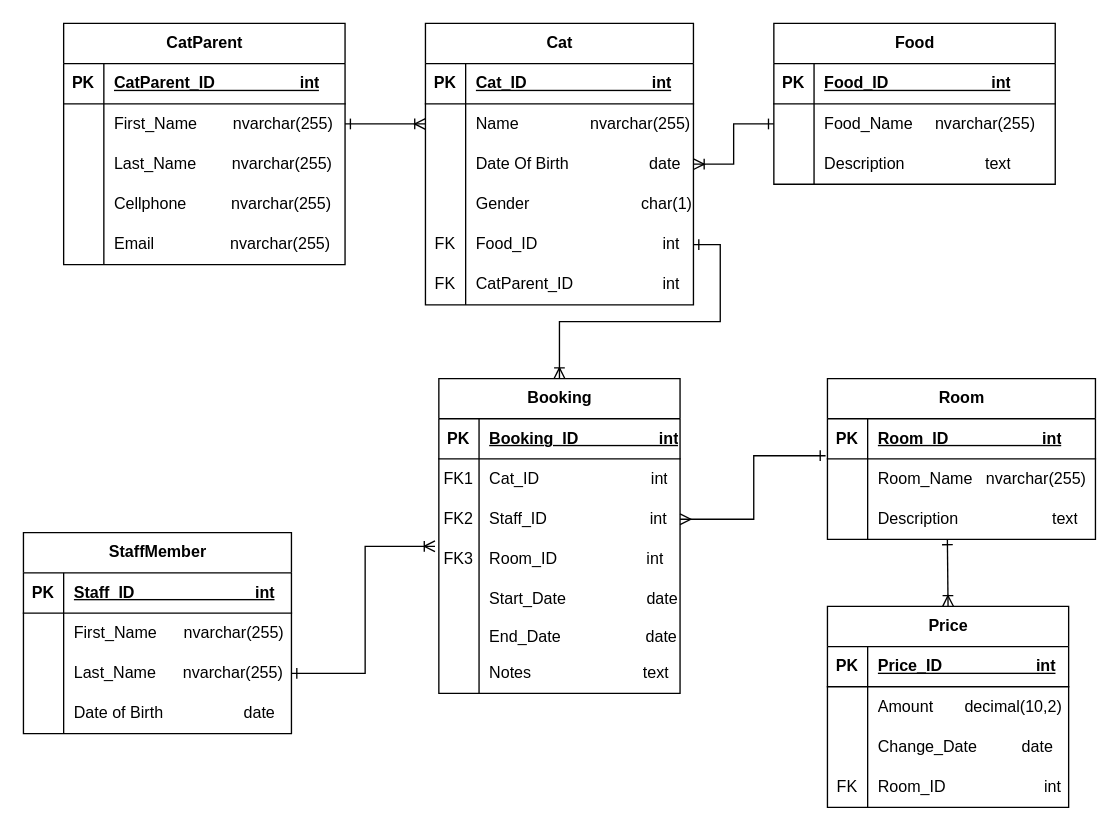
Cat-Hotel/Cat-hotel keeps this draw.io diagram as page "Page-1" (1 of 2) of ERD.drawio. Above is the earlier version. Source tidied: cells renumbered, new cells numbered last; positions are measured from the earlier drawing's top-left corner, leaving out a move shared by most shapes. Both pictures are drawn from the tidied source at 134%, with x=0, y=0 at pixel (23, 23).
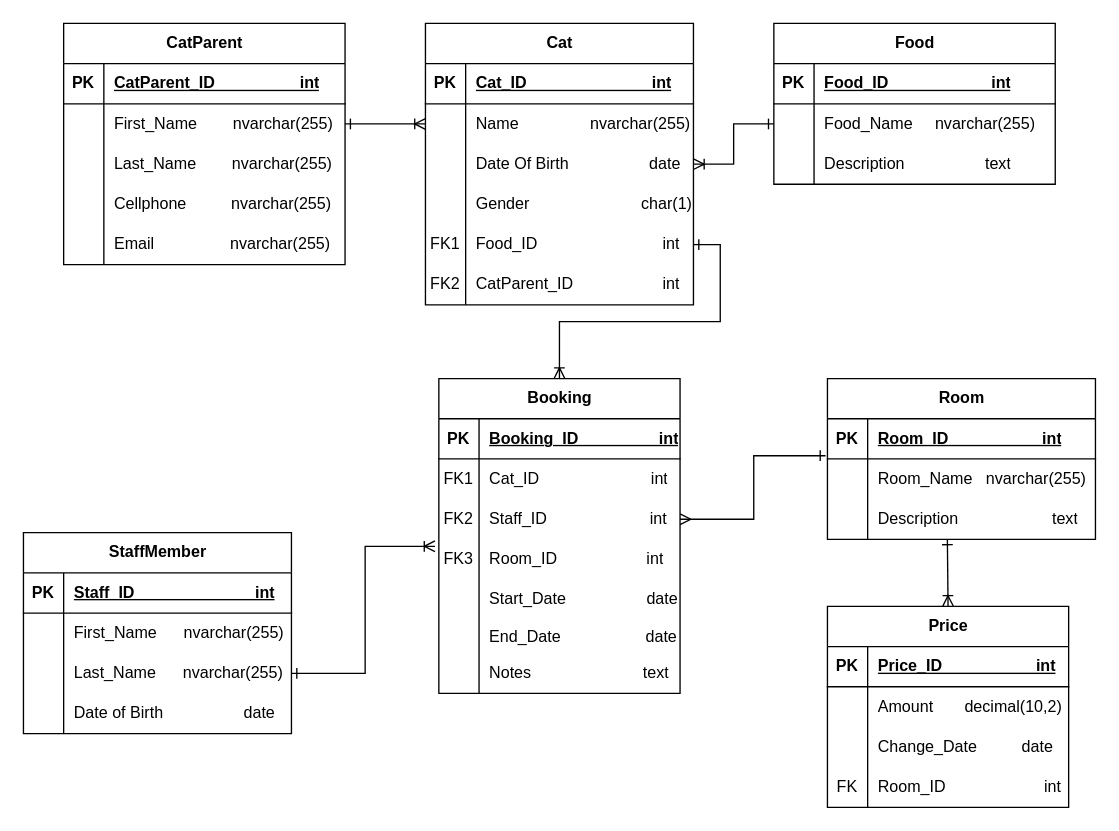
Above is the later version.

The change refers to these unchanged cells:
```xml
<mxCell id="31" style="shape=tableRow;horizontal=0;startSize=0;swimlaneHead=0;swimlaneBody=0;fillColor=none;points=[[0,0.5],[1,0.5]];portConstraint=eastwest;top=0;left=0;right=0;bottom=0;" parent="18" vertex="1">
  <mxGeometry y="150" width="200" height="30" as="geometry" />
</mxCell>
<mxCell id="34" style="shape=tableRow;horizontal=0;startSize=0;swimlaneHead=0;swimlaneBody=0;fillColor=none;top=0;left=0;right=0;bottom=0;" parent="18" vertex="1">
  <mxGeometry y="180" width="200" height="30" as="geometry" />
</mxCell>
```

Change to the diagram source:
```diff
@@
-    <mxCell id="32" value="FK" style="shape=partialRectangle;fillColor=none;top=0;left=0;bottom=0;right=0;overflow=hidden;whiteSpace=wrap;html=1;" parent="31" vertex="1">
+    <mxCell id="32" value="FK1" style="shape=partialRectangle;fillColor=none;top=0;left=0;bottom=0;right=0;overflow=hidden;whiteSpace=wrap;html=1;" parent="31" vertex="1">
       <mxGeometry width="30" height="30" as="geometry" />
     </mxCell>
@@
-    <mxCell id="35" value="FK" style="shape=partialRectangle;fillColor=none;top=0;left=0;bottom=0;right=0;overflow=hidden;whiteSpace=wrap;html=1;" parent="34" vertex="1">
+    <mxCell id="35" value="FK2" style="shape=partialRectangle;fillColor=none;top=0;left=0;bottom=0;right=0;overflow=hidden;whiteSpace=wrap;html=1;" parent="34" vertex="1">
       <mxGeometry width="30" height="30" as="geometry" />
     </mxCell>
```
